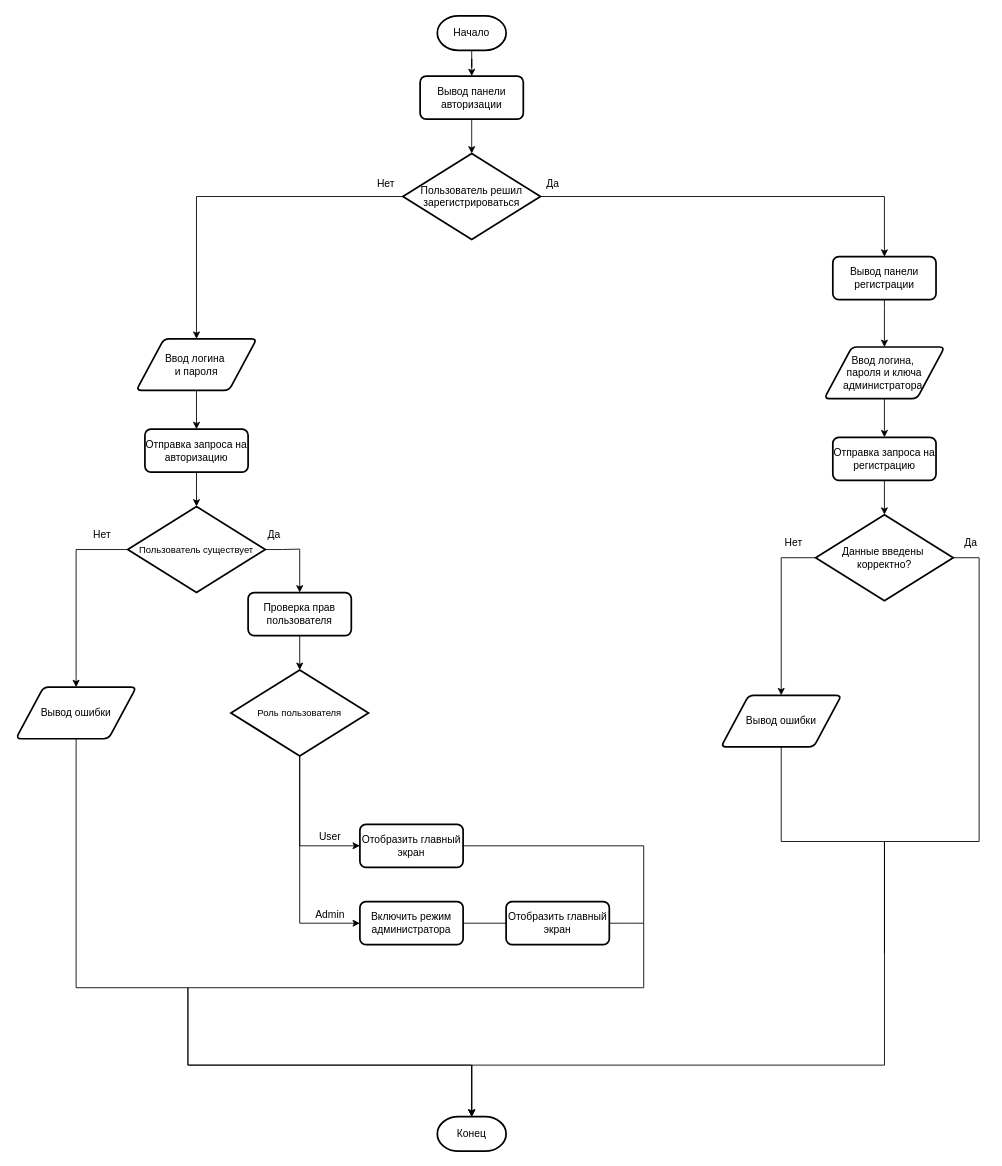
Above: coursework/diagrams/АвторизацияК.drawio in ThomasCharester/KursuchShop (draw.io), before the change. Source tidied: cells renumbered, new cells numbered last; positions are measured from the earlier drawing's top-left corner, leaving out a move shared by most shapes. Both pictures are drawn from the tidied source at 86%, with x=0, y=0 at pixel (15, 15).
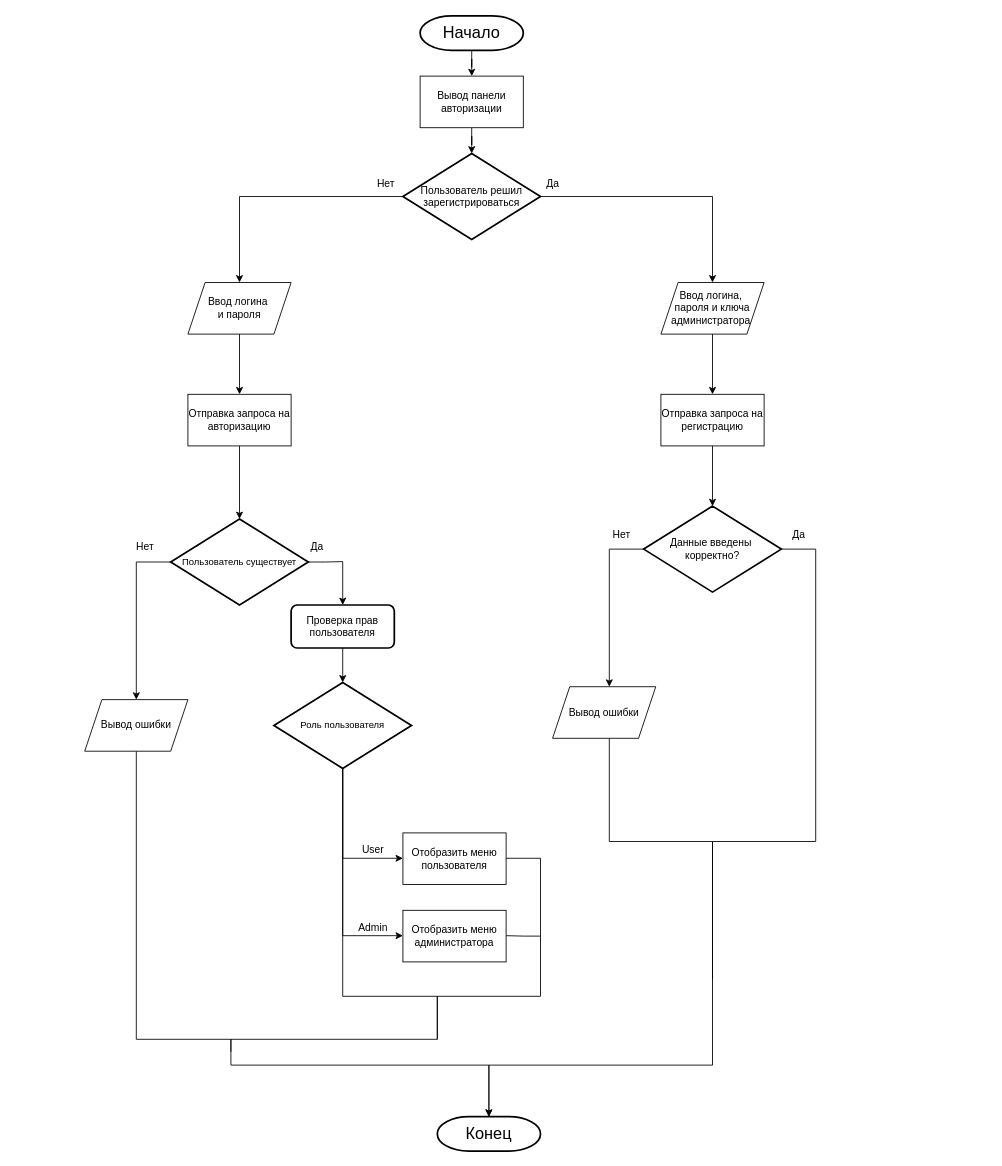
After the change.

The change refers to these unchanged cells:
```xml
<mxCell id="10" value="Пользователь решил зарегистрироваться" style="strokeWidth=2;html=1;shape=mxgraph.flowchart.decision;whiteSpace=wrap;" parent="1" vertex="1">
  <mxGeometry x="450" y="160" width="160" height="100" as="geometry" />
</mxCell>
```

What changed in the source:
```diff
@@
-    <mxCell id="3" value="Начало" style="strokeWidth=2;html=1;shape=mxgraph.flowchart.terminator;whiteSpace=wrap;" parent="1" vertex="1">
-      <mxGeometry x="490" width="80" height="40" as="geometry" />
+    <mxCell id="3" value="&lt;font style=&quot;font-size: 19px;&quot;&gt;Начало&lt;/font&gt;" style="strokeWidth=2;html=1;shape=mxgraph.flowchart.terminator;whiteSpace=wrap;" parent="1" vertex="1">
+      <mxGeometry x="470" width="120" height="40" as="geometry" />
     </mxCell>
@@
-    <mxCell id="5" value="Ввод логина&amp;nbsp;&lt;div&gt;и пароля&lt;/div&gt;" style="shape=parallelogram;html=1;strokeWidth=2;perimeter=parallelogramPerimeter;whiteSpace=wrap;rounded=1;arcSize=12;size=0.23;" parent="1" vertex="1">
-      <mxGeometry x="140" y="375.5" width="140" height="60" as="geometry" />
-    </mxCell>
@@
-    <mxCell id="7" value="Отправка запроса на авторизацию" style="rounded=1;whiteSpace=wrap;html=1;absoluteArcSize=1;arcSize=14;strokeWidth=2;" parent="1" vertex="1">
-      <mxGeometry x="150" y="480.5" width="120" height="50" as="geometry" />
-    </mxCell>
-    <mxCell id="8" style="edgeStyle=orthogonalEdgeStyle;rounded=0;jettySize=auto;html=1;" parent="1" edge="1" source="10" target="5">
-      <mxGeometry relative="1" as="geometry" />
-    </mxCell>
-    <mxCell id="9" style="edgeStyle=orthogonalEdgeStyle;rounded=0;jettySize=auto;html=1;" parent="1" edge="1" source="20" target="13">
-      <mxGeometry relative="1" as="geometry">
-        <Array as="points">
-          <mxPoint x="1009.9" y="340" />
-          <mxPoint x="1009.9" y="340" />
-        </Array>
-      </mxGeometry>
-    </mxCell>
@@
-    <mxCell id="13" value="Ввод логина,&amp;nbsp;&lt;div&gt;&lt;span style=&quot;background-color: initial;&quot;&gt;пароля и ключа администратора&amp;nbsp;&lt;/span&gt;&lt;/div&gt;" style="shape=parallelogram;html=1;strokeWidth=2;perimeter=parallelogramPerimeter;whiteSpace=wrap;rounded=1;arcSize=12;size=0.23;" parent="1" vertex="1">
-      <mxGeometry x="939.9" y="385" width="140" height="60" as="geometry" />
-    </mxCell>
@@
-    <mxCell id="15" value="Отправка запроса на регистрацию" style="rounded=1;whiteSpace=wrap;html=1;absoluteArcSize=1;arcSize=14;strokeWidth=2;" parent="1" vertex="1">
-      <mxGeometry x="949.9" y="490" width="120" height="50" as="geometry" />
-    </mxCell>
@@
-    <mxCell id="18" value="Вывод панели авторизации" style="rounded=1;whiteSpace=wrap;html=1;absoluteArcSize=1;arcSize=14;strokeWidth=2;" parent="1" vertex="1">
-      <mxGeometry x="470" y="70" width="120" height="50" as="geometry" />
-    </mxCell>
-    <mxCell id="19" style="edgeStyle=orthogonalEdgeStyle;rounded=0;jettySize=auto;html=1;" parent="1" edge="1" source="10" target="20">
+    <mxCell id="19" style="edgeStyle=orthogonalEdgeStyle;rounded=0;jettySize=auto;html=1;" parent="1" edge="1" source="10" target="13">
       <mxGeometry relative="1" as="geometry" />
     </mxCell>
-    <mxCell id="20" value="Вывод панели регистрации" style="rounded=1;whiteSpace=wrap;html=1;absoluteArcSize=1;arcSize=14;strokeWidth=2;" parent="1" vertex="1">
-      <mxGeometry x="949.9" y="280" width="120" height="50" as="geometry" />
-    </mxCell>
-    <mxCell id="21" style="edgeStyle=orthogonalEdgeStyle;rounded=0;jettySize=auto;html=1;" parent="1" edge="1" source="22" target="31">
+    <mxCell id="21" style="edgeStyle=orthogonalEdgeStyle;rounded=0;jettySize=auto;html=1;" parent="1" edge="1" source="22" target="53">
       <mxGeometry relative="1" as="geometry">
         <Array as="points">
-          <mxPoint x="70" y="620.5" />
+          <mxPoint x="140" y="635" />
         </Array>
       </mxGeometry>
     </mxCell>
     <mxCell id="22" value="&lt;font style=&quot;font-size: 11px;&quot;&gt;Пользователь существует&lt;/font&gt;" style="strokeWidth=2;html=1;shape=mxgraph.flowchart.decision;whiteSpace=wrap;" parent="1" vertex="1">
-      <mxGeometry x="130" y="570.5" width="160" height="100" as="geometry" />
+      <mxGeometry x="180" y="585" width="160" height="100" as="geometry" />
     </mxCell>
-    <mxCell id="23" style="edgeStyle=orthogonalEdgeStyle;rounded=0;jettySize=auto;html=1;" parent="1" edge="1" source="25" target="27">
+    <mxCell id="23" style="edgeStyle=orthogonalEdgeStyle;rounded=0;jettySize=auto;html=1;" parent="1" edge="1" source="25">
       <mxGeometry relative="1" as="geometry">
+        <mxPoint x="690" y="780" as="targetPoint" />
         <Array as="points">
-          <mxPoint x="889.9" y="630" />
+          <mxPoint x="690" y="620" />
         </Array>
       </mxGeometry>
     </mxCell>
     <mxCell id="24" style="edgeStyle=orthogonalEdgeStyle;rounded=0;jettySize=auto;html=1;" parent="1" edge="1" source="25" target="32">
       <mxGeometry relative="1" as="geometry">
         <Array as="points">
-          <mxPoint x="1120" y="630" />
-          <mxPoint x="1120" y="960" />
-          <mxPoint x="1010" y="960" />
-          <mxPoint x="1010" y="1220" />
-          <mxPoint x="530" y="1220" />
+          <mxPoint x="930" y="620" />
+          <mxPoint x="930" y="960" />
+          <mxPoint x="810" y="960" />
+          <mxPoint x="810" y="1220" />
+          <mxPoint x="550" y="1220" />
         </Array>
       </mxGeometry>
     </mxCell>
     <mxCell id="25" value="Данные введены&amp;nbsp;&lt;div&gt;корректно?&lt;/div&gt;" style="strokeWidth=2;html=1;shape=mxgraph.flowchart.decision;whiteSpace=wrap;" parent="1" vertex="1">
-      <mxGeometry x="929.9" y="580" width="160" height="100" as="geometry" />
+      <mxGeometry x="730" y="570" width="160" height="100" as="geometry" />
     </mxCell>
-    <mxCell id="26" style="edgeStyle=orthogonalEdgeStyle;rounded=0;jettySize=auto;html=1;endArrow=none;endFill=0;" parent="1" edge="1" source="27">
+    <mxCell id="26" style="edgeStyle=orthogonalEdgeStyle;rounded=0;orthogonalLoop=1;jettySize=auto;html=1;endArrow=none;endFill=0;" parent="1" edge="1">
       <mxGeometry relative="1" as="geometry">
-        <mxPoint x="1009.9" y="1090" as="targetPoint" />
+        <mxPoint x="690" y="840" as="sourcePoint" />
+        <mxPoint x="810" y="1120" as="targetPoint" />
         <Array as="points">
-          <mxPoint x="889.9" y="960" />
-          <mxPoint x="1009.9" y="960" />
-          <mxPoint x="1009.9" y="1040" />
+          <mxPoint x="690" y="960" />
+          <mxPoint x="810" y="960" />
+          <mxPoint x="810" y="1080" />
         </Array>
       </mxGeometry>
     </mxCell>
-    <mxCell id="27" value="Вывод ошибки" style="shape=parallelogram;html=1;strokeWidth=2;perimeter=parallelogramPerimeter;whiteSpace=wrap;rounded=1;arcSize=12;size=0.23;" parent="1" vertex="1">
-      <mxGeometry x="819.9" y="790" width="140" height="60" as="geometry" />
-    </mxCell>
     <mxCell id="28" value="Нет" style="text;html=1;align=center;verticalAlign=middle;strokeColor=none;fillColor=none;" parent="1" vertex="1">
-      <mxGeometry x="883.9" y="598" width="40" height="30" as="geometry" />
+      <mxGeometry x="684" y="588" width="40" height="30" as="geometry" />
     </mxCell>
     <mxCell id="29" value="Да" style="text;html=1;align=center;verticalAlign=middle;strokeColor=none;fillColor=none;" parent="1" vertex="1">
-      <mxGeometry x="1089.9" y="598" width="40" height="30" as="geometry" />
+      <mxGeometry x="890" y="588" width="40" height="30" as="geometry" />
     </mxCell>
-    <mxCell id="30" style="edgeStyle=orthogonalEdgeStyle;rounded=0;jettySize=auto;html=1;" parent="1" edge="1" source="31" target="32">
+    <mxCell id="30" style="edgeStyle=orthogonalEdgeStyle;rounded=0;jettySize=auto;html=1;" parent="1" edge="1" source="53" target="32">
       <mxGeometry relative="1" as="geometry">
         <Array as="points">
-          <mxPoint x="70" y="1130" />
-          <mxPoint x="200" y="1130" />
-          <mxPoint x="200" y="1220" />
-          <mxPoint x="530" y="1220" />
+          <mxPoint x="140" y="1190" />
+          <mxPoint x="250" y="1190" />
+          <mxPoint x="250" y="1220" />
+          <mxPoint x="550" y="1220" />
         </Array>
       </mxGeometry>
     </mxCell>
-    <mxCell id="31" value="Вывод ошибки" style="shape=parallelogram;html=1;strokeWidth=2;perimeter=parallelogramPerimeter;whiteSpace=wrap;rounded=1;arcSize=12;size=0.23;" parent="1" vertex="1">
-      <mxGeometry y="780.5" width="140" height="60" as="geometry" />
-    </mxCell>
-    <mxCell id="32" value="Конец" style="strokeWidth=2;html=1;shape=mxgraph.flowchart.terminator;whiteSpace=wrap;" parent="1" vertex="1">
-      <mxGeometry x="490" y="1280" width="80" height="40" as="geometry" />
+    <mxCell id="32" value="&lt;font style=&quot;font-size: 19px;&quot;&gt;Конец&lt;/font&gt;" style="strokeWidth=2;html=1;shape=mxgraph.flowchart.terminator;whiteSpace=wrap;" parent="1" vertex="1">
+      <mxGeometry x="490" y="1280" width="120" height="40" as="geometry" />
     </mxCell>
     <mxCell id="33" value="Нет" style="text;html=1;align=center;verticalAlign=middle;strokeColor=none;fillColor=none;" parent="1" vertex="1">
-      <mxGeometry x="80" y="588.5" width="40" height="30" as="geometry" />
+      <mxGeometry x="130" y="603" width="40" height="30" as="geometry" />
     </mxCell>
@@
-    <mxCell id="35" style="edgeStyle=orthogonalEdgeStyle;rounded=0;jettySize=auto;html=1;" parent="1" edge="1" source="37" target="42">
+    <mxCell id="35" style="edgeStyle=orthogonalEdgeStyle;rounded=0;jettySize=auto;html=1;" parent="1" edge="1" source="37">
       <mxGeometry relative="1" as="geometry">
+        <mxPoint x="450" y="979.5" as="targetPoint" />
         <Array as="points">
-          <mxPoint x="330" y="965" />
+          <mxPoint x="380" y="979.5" />
         </Array>
       </mxGeometry>
     </mxCell>
-    <mxCell id="36" style="edgeStyle=orthogonalEdgeStyle;rounded=0;jettySize=auto;html=1;" parent="1" edge="1" source="37" target="45">
+    <mxCell id="36" style="edgeStyle=orthogonalEdgeStyle;rounded=0;jettySize=auto;html=1;" parent="1" edge="1" source="37">
       <mxGeometry relative="1" as="geometry">
+        <mxPoint x="450" y="1069.5" as="targetPoint" />
         <Array as="points">
-          <mxPoint x="330" y="1055" />
+          <mxPoint x="380" y="1069.5" />
         </Array>
       </mxGeometry>
     </mxCell>
+    <mxCell id="49" style="edgeStyle=orthogonalEdgeStyle;rounded=0;jettySize=auto;html=1;endArrow=none;endFill=0;" parent="1" edge="1" source="37">
+      <mxGeometry relative="1" as="geometry">
+        <mxPoint x="490" y="1190" as="targetPoint" />
+        <Array as="points">
+          <mxPoint x="380" y="1140" />
+          <mxPoint x="490" y="1140" />
+        </Array>
+      </mxGeometry>
+    </mxCell>
     <mxCell id="37" value="&lt;font style=&quot;font-size: 11px;&quot;&gt;Роль пользователя&lt;/font&gt;" style="strokeWidth=2;html=1;shape=mxgraph.flowchart.decision;whiteSpace=wrap;" parent="1" vertex="1">
-      <mxGeometry x="250" y="760.5" width="160" height="100" as="geometry" />
+      <mxGeometry x="300" y="775" width="160" height="100" as="geometry" />
     </mxCell>
     <mxCell id="38" value="Да" style="text;html=1;align=center;verticalAlign=middle;strokeColor=none;fillColor=none;" parent="1" vertex="1">
-      <mxGeometry x="280" y="588.5" width="40" height="30" as="geometry" />
+      <mxGeometry x="330" y="603" width="40" height="30" as="geometry" />
     </mxCell>
     <mxCell id="39" style="edgeStyle=orthogonalEdgeStyle;rounded=0;jettySize=auto;html=1;" parent="1" edge="1" source="22" target="40">
       <mxGeometry relative="1" as="geometry">
         <Array as="points">
-          <mxPoint x="310" y="621" />
-          <mxPoint x="330" y="620" />
+          <mxPoint x="360" y="635.5" />
+          <mxPoint x="380" y="634.5" />
         </Array>
       </mxGeometry>
     </mxCell>
     <mxCell id="40" value="Проверка прав пользователя" style="rounded=1;whiteSpace=wrap;html=1;absoluteArcSize=1;arcSize=14;strokeWidth=2;" parent="1" vertex="1">
-      <mxGeometry x="270" y="670.5" width="120" height="50" as="geometry" />
+      <mxGeometry x="320" y="685" width="120" height="50" as="geometry" />
     </mxCell>
-    <mxCell id="41" style="edgeStyle=orthogonalEdgeStyle;rounded=0;jettySize=auto;html=1;" parent="1" edge="1" source="42" target="32">
+    <mxCell id="41" style="edgeStyle=orthogonalEdgeStyle;rounded=0;orthogonalLoop=1;jettySize=auto;html=1;endArrow=none;endFill=0;" parent="1" edge="1">
       <mxGeometry relative="1" as="geometry">
+        <mxPoint x="570" y="979.5" as="sourcePoint" />
+        <mxPoint x="250" y="1204.5" as="targetPoint" />
         <Array as="points">
-          <mxPoint x="730" y="965" />
-          <mxPoint x="730" y="1130" />
-          <mxPoint x="200" y="1130" />
-          <mxPoint x="200" y="1220" />
-          <mxPoint x="530" y="1220" />
+          <mxPoint x="610" y="979" />
+          <mxPoint x="610" y="1140" />
+          <mxPoint x="490" y="1140" />
+          <mxPoint x="490" y="1190" />
+          <mxPoint x="250" y="1190" />
         </Array>
       </mxGeometry>
     </mxCell>
-    <mxCell id="42" value="Отобразить главный экран" style="rounded=1;whiteSpace=wrap;html=1;absoluteArcSize=1;arcSize=14;strokeWidth=2;" parent="1" vertex="1">
-      <mxGeometry x="400" y="940" width="120" height="50" as="geometry" />
-    </mxCell>
     <mxCell id="43" value="User" style="text;html=1;align=center;verticalAlign=middle;strokeColor=none;fillColor=none;" parent="1" vertex="1">
-      <mxGeometry x="340" y="940" width="50" height="30" as="geometry" />
+      <mxGeometry x="390" y="954.5" width="50" height="30" as="geometry" />
     </mxCell>
-    <mxCell id="44" style="edgeStyle=orthogonalEdgeStyle;rounded=0;jettySize=auto;html=1;endArrow=none;endFill=0;" parent="1" edge="1" source="48">
+    <mxCell id="44" style="edgeStyle=orthogonalEdgeStyle;rounded=0;orthogonalLoop=1;jettySize=auto;html=1;endArrow=none;endFill=0;" parent="1" edge="1">
       <mxGeometry relative="1" as="geometry">
-        <mxPoint x="730" y="1055" as="targetPoint" />
+        <mxPoint x="570" y="1069.5" as="sourcePoint" />
+        <mxPoint x="610" y="1070" as="targetPoint" />
       </mxGeometry>
     </mxCell>
-    <mxCell id="45" value="Включить режим администратора" style="rounded=1;whiteSpace=wrap;html=1;absoluteArcSize=1;arcSize=14;strokeWidth=2;" parent="1" vertex="1">
-      <mxGeometry x="400" y="1030" width="120" height="50" as="geometry" />
-    </mxCell>
     <mxCell id="46" value="Admin" style="text;html=1;align=center;verticalAlign=middle;strokeColor=none;fillColor=none;" parent="1" vertex="1">
-      <mxGeometry x="335" y="1030" width="60" height="30" as="geometry" />
+      <mxGeometry x="385" y="1044.5" width="60" height="30" as="geometry" />
     </mxCell>
-    <mxCell id="47" style="edgeStyle=orthogonalEdgeStyle;rounded=0;jettySize=auto;html=1;endArrow=none;endFill=0;" parent="1" edge="1" source="45" target="48">
-      <mxGeometry relative="1" as="geometry" />
-    </mxCell>
-    <mxCell id="48" value="Отобразить главный экран" style="rounded=1;whiteSpace=wrap;html=1;absoluteArcSize=1;arcSize=14;strokeWidth=2;" parent="1" vertex="1">
-      <mxGeometry x="570" y="1030" width="120" height="50" as="geometry" />
-    </mxCell>
+    <mxCell id="7" value="Отправка запроса на авторизацию" style="rounded=0;whiteSpace=wrap;html=1;" parent="1" vertex="1">
+      <mxGeometry x="200" y="440" width="120" height="60" as="geometry" />
+    </mxCell>
+    <mxCell id="13" value="Ввод логина,&amp;nbsp;&lt;div&gt;&lt;span style=&quot;background-color: initial;&quot;&gt;пароля и ключа администратора&amp;nbsp;&lt;/span&gt;&lt;/div&gt;" style="shape=parallelogram;perimeter=parallelogramPerimeter;whiteSpace=wrap;html=1;fixedSize=1;" parent="1" vertex="1">
+      <mxGeometry x="750" y="310" width="120" height="60" as="geometry" />
+    </mxCell>
+    <mxCell id="15" value="Отправка запроса на регистрацию" style="rounded=0;whiteSpace=wrap;html=1;" parent="1" vertex="1">
+      <mxGeometry x="750" y="440" width="120" height="60" as="geometry" />
+    </mxCell>
+    <mxCell id="8" style="edgeStyle=orthogonalEdgeStyle;rounded=0;jettySize=auto;html=1;" parent="1" edge="1" source="10" target="5">
+      <mxGeometry relative="1" as="geometry" />
+    </mxCell>
+    <mxCell id="5" value="Ввод логина&amp;nbsp;&lt;div&gt;и пароля&lt;/div&gt;" style="shape=parallelogram;perimeter=parallelogramPerimeter;whiteSpace=wrap;html=1;fixedSize=1;" parent="1" vertex="1">
+      <mxGeometry x="200" y="310" width="120" height="60" as="geometry" />
+    </mxCell>
+    <mxCell id="50" value="Отобразить меню пользователя" style="rounded=0;whiteSpace=wrap;html=1;" parent="1" vertex="1">
+      <mxGeometry x="450" y="950" width="120" height="60" as="geometry" />
+    </mxCell>
+    <mxCell id="51" value="Отобразить меню администратора" style="rounded=0;whiteSpace=wrap;html=1;" parent="1" vertex="1">
+      <mxGeometry x="450" y="1040" width="120" height="60" as="geometry" />
+    </mxCell>
+    <mxCell id="52" value="Вывод ошибки" style="shape=parallelogram;perimeter=parallelogramPerimeter;whiteSpace=wrap;html=1;fixedSize=1;" parent="1" vertex="1">
+      <mxGeometry x="624" y="780" width="120" height="60" as="geometry" />
+    </mxCell>
+    <mxCell id="53" value="Вывод ошибки" style="shape=parallelogram;perimeter=parallelogramPerimeter;whiteSpace=wrap;html=1;fixedSize=1;" parent="1" vertex="1">
+      <mxGeometry x="80" y="795" width="120" height="60" as="geometry" />
+    </mxCell>
+    <mxCell id="18" value="Вывод панели авторизации" style="rounded=0;whiteSpace=wrap;html=1;" parent="1" vertex="1">
+      <mxGeometry x="470" y="70" width="120" height="60" as="geometry" />
+    </mxCell>
```
